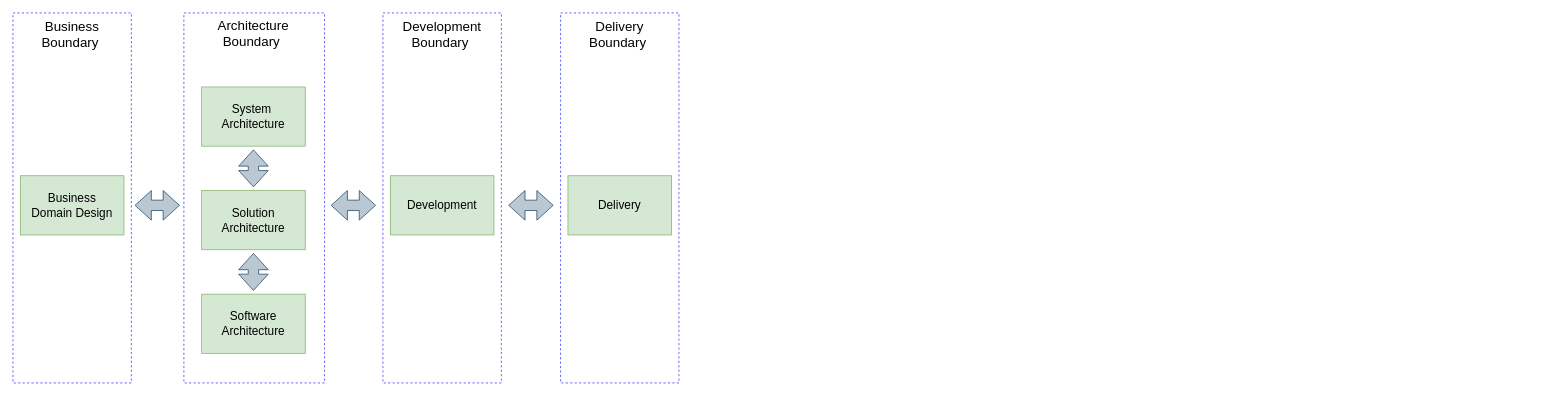
Before: Software Development Process Framework.drawio in rpicanco/MicroserviceArchitectureSolutionFramework, a draw.io diagram. Source tidied: cells renumbered, new cells numbered last; positions are measured from the earlier drawing's top-left corner, leaving out a move shared by most shapes. Both pictures are drawn from the tidied source at 74%, with x=0, y=0 at pixel (13, 13).
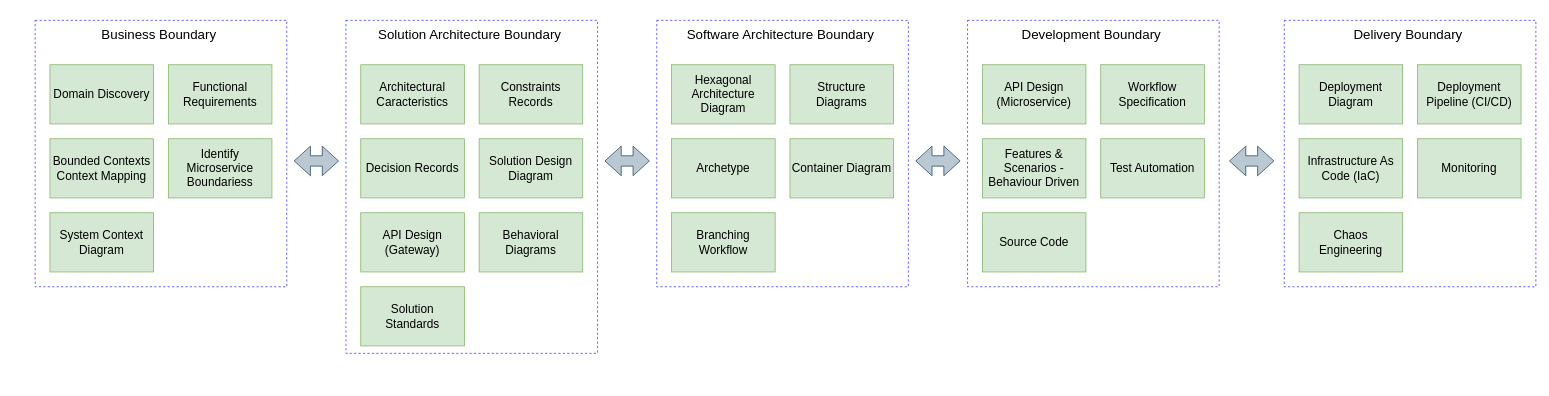
After the change.

Diff of the diagram source:
```diff
@@
-    <mxCell id="2" style="rounded=0;whiteSpace=wrap;html=1;dashed=1;fillColor=none;strokeColor=#3333FF;" parent="1" vertex="1">
-      <mxGeometry x="231" width="190" height="500" as="geometry" />
-    </mxCell>
-    <mxCell id="3" style="rounded=0;whiteSpace=wrap;html=1;dashed=1;fillColor=none;strokeColor=#3333FF;" parent="1" vertex="1">
-      <mxGeometry width="160" height="500" as="geometry" />
-    </mxCell>
-    <mxCell id="4" value="&lt;font style=&quot;font-size: 16px&quot;&gt;Business &lt;br&gt;Domain Design&lt;/font&gt;" style="rounded=0;whiteSpace=wrap;html=1;fillColor=#d5e8d4;strokeColor=#82b366;" parent="1" vertex="1">
-      <mxGeometry x="10" y="220" width="140" height="80" as="geometry" />
-    </mxCell>
-    <mxCell id="5" style="html=1;shadow=0;dashed=0;align=center;verticalAlign=middle;shape=mxgraph.arrows2.twoWayArrow;dy=0.65;dx=22;fillColor=#bac8d3;strokeColor=#23445d;" parent="1" vertex="1">
-      <mxGeometry x="165" y="240" width="60" height="40" as="geometry" />
-    </mxCell>
-    <mxCell id="6" value="&lt;font style=&quot;font-size: 16px&quot;&gt;System&amp;nbsp;&lt;br&gt;Architecture&lt;/font&gt;" style="rounded=0;whiteSpace=wrap;html=1;fillColor=#d5e8d4;strokeColor=#82b366;" parent="1" vertex="1">
-      <mxGeometry x="255" y="100" width="140" height="80" as="geometry" />
-    </mxCell>
-    <mxCell id="7" style="html=1;shadow=0;dashed=0;align=center;verticalAlign=middle;shape=mxgraph.arrows2.twoWayArrow;dy=0.65;dx=22;fillColor=#bac8d3;strokeColor=#23445d;" parent="1" vertex="1">
-      <mxGeometry x="430" y="240" width="60" height="40" as="geometry" />
-    </mxCell>
-    <mxCell id="8" value="&lt;font style=&quot;font-size: 16px&quot;&gt;Solution&lt;br&gt;Architecture&lt;/font&gt;" style="rounded=0;whiteSpace=wrap;html=1;fillColor=#d5e8d4;strokeColor=#82b366;" parent="1" vertex="1">
-      <mxGeometry x="255" y="240" width="140" height="80" as="geometry" />
-    </mxCell>
-    <mxCell id="9" value="&lt;font style=&quot;font-size: 16px&quot;&gt;Software&lt;br&gt;Architecture&lt;/font&gt;" style="rounded=0;whiteSpace=wrap;html=1;fillColor=#d5e8d4;strokeColor=#82b366;" parent="1" vertex="1">
-      <mxGeometry x="255" y="380" width="140" height="80" as="geometry" />
-    </mxCell>
+    <mxCell id="21" style="rounded=0;whiteSpace=wrap;html=1;dashed=1;fillColor=none;strokeColor=#3333FF;" parent="1" vertex="1">
+      <mxGeometry x="870" y="10" width="340" height="360" as="geometry" />
+    </mxCell>
+    <mxCell id="22" style="rounded=0;whiteSpace=wrap;html=1;dashed=1;fillColor=none;strokeColor=#3333FF;" parent="1" vertex="1">
+      <mxGeometry x="30" y="10" width="340" height="360" as="geometry" />
+    </mxCell>
+    <mxCell id="23" value="&lt;span style=&quot;font-size: 16px&quot;&gt;Domain Discovery&lt;/span&gt;" style="rounded=0;whiteSpace=wrap;html=1;fillColor=#d5e8d4;strokeColor=#82b366;" parent="1" vertex="1">
+      <mxGeometry x="50" y="70" width="140" height="80" as="geometry" />
+    </mxCell>
     <mxCell id="10" value="&lt;div&gt;&lt;font style=&quot;font-size: 18px&quot;&gt;Business Boundary&amp;nbsp;&lt;/font&gt;&lt;/div&gt;" style="text;html=1;strokeColor=none;fillColor=none;align=center;verticalAlign=middle;whiteSpace=wrap;rounded=0;dashed=1;" parent="1" vertex="1">
-      <mxGeometry x="10" width="140" height="60" as="geometry" />
+      <mxGeometry x="90" y="10" width="220" height="40" as="geometry" />
     </mxCell>
-    <mxCell id="11" value="&lt;div&gt;&lt;font style=&quot;font-size: 18px&quot;&gt;Architecture Boundary&amp;nbsp;&lt;/font&gt;&lt;/div&gt;" style="text;html=1;strokeColor=none;fillColor=none;align=center;verticalAlign=middle;whiteSpace=wrap;rounded=0;dashed=1;" parent="1" vertex="1">
-      <mxGeometry x="265" width="120" height="55" as="geometry" />
-    </mxCell>
-    <mxCell id="12" style="html=1;shadow=0;dashed=0;align=center;verticalAlign=middle;shape=mxgraph.arrows2.twoWayArrow;dy=0.65;dx=22;fillColor=#bac8d3;strokeColor=#23445d;rotation=90;" parent="1" vertex="1">
-      <mxGeometry x="300" y="190" width="50" height="40" as="geometry" />
-    </mxCell>
-    <mxCell id="13" style="html=1;shadow=0;dashed=0;align=center;verticalAlign=middle;shape=mxgraph.arrows2.twoWayArrow;dy=0.65;dx=22;fillColor=#bac8d3;strokeColor=#23445d;rotation=90;" parent="1" vertex="1">
-      <mxGeometry x="300" y="330" width="50" height="40" as="geometry" />
-    </mxCell>
-    <mxCell id="14" style="rounded=0;whiteSpace=wrap;html=1;dashed=1;fillColor=none;strokeColor=#3333FF;" parent="1" vertex="1">
-      <mxGeometry x="500" width="160" height="500" as="geometry" />
-    </mxCell>
-    <mxCell id="15" value="&lt;font style=&quot;font-size: 16px&quot;&gt;Development&lt;/font&gt;" style="rounded=0;whiteSpace=wrap;html=1;fillColor=#d5e8d4;strokeColor=#82b366;" parent="1" vertex="1">
-      <mxGeometry x="510" y="220" width="140" height="80" as="geometry" />
-    </mxCell>
+    <mxCell id="24" value="&lt;span style=&quot;font-size: 16px&quot;&gt;Functional Requirements&lt;/span&gt;" style="rounded=0;whiteSpace=wrap;html=1;fillColor=#d5e8d4;strokeColor=#82b366;" parent="1" vertex="1">
+      <mxGeometry x="210" y="70" width="140" height="80" as="geometry" />
+    </mxCell>
+    <mxCell id="25" value="&lt;span style=&quot;font-size: 16px&quot;&gt;Bounded Contexts&lt;br&gt;Context Mapping&lt;/span&gt;" style="rounded=0;whiteSpace=wrap;html=1;fillColor=#d5e8d4;strokeColor=#82b366;" parent="1" vertex="1">
+      <mxGeometry x="50" y="170" width="140" height="80" as="geometry" />
+    </mxCell>
+    <mxCell id="26" value="&lt;span style=&quot;font-size: 16px&quot;&gt;Identify Microservice Boundariess&lt;/span&gt;" style="rounded=0;whiteSpace=wrap;html=1;fillColor=#d5e8d4;strokeColor=#82b366;" parent="1" vertex="1">
+      <mxGeometry x="210" y="170" width="140" height="80" as="geometry" />
+    </mxCell>
+    <mxCell id="27" value="&lt;span style=&quot;font-size: 16px&quot;&gt;System Context Diagram&lt;/span&gt;" style="rounded=0;whiteSpace=wrap;html=1;fillColor=#d5e8d4;strokeColor=#82b366;" parent="1" vertex="1">
+      <mxGeometry x="50" y="270" width="140" height="80" as="geometry" />
+    </mxCell>
+    <mxCell id="28" style="rounded=0;whiteSpace=wrap;html=1;dashed=1;fillColor=none;strokeColor=#3333FF;" parent="1" vertex="1">
+      <mxGeometry x="450" y="10" width="340" height="450" as="geometry" />
+    </mxCell>
+    <mxCell id="29" value="&lt;span style=&quot;font-size: 16px&quot;&gt;Architectural Caracteristics&lt;/span&gt;" style="rounded=0;whiteSpace=wrap;html=1;fillColor=#d5e8d4;strokeColor=#82b366;" parent="1" vertex="1">
+      <mxGeometry x="470" y="70" width="140" height="80" as="geometry" />
+    </mxCell>
+    <mxCell id="30" value="&lt;div&gt;&lt;font style=&quot;font-size: 18px&quot;&gt;Solution Architecture Boundary&amp;nbsp;&lt;/font&gt;&lt;/div&gt;" style="text;html=1;strokeColor=none;fillColor=none;align=center;verticalAlign=middle;whiteSpace=wrap;rounded=0;dashed=1;" parent="1" vertex="1">
+      <mxGeometry x="490" y="10" width="260" height="40" as="geometry" />
+    </mxCell>
+    <mxCell id="31" value="&lt;span style=&quot;font-size: 16px&quot;&gt;Constraints Records&lt;/span&gt;" style="rounded=0;whiteSpace=wrap;html=1;fillColor=#d5e8d4;strokeColor=#82b366;" parent="1" vertex="1">
+      <mxGeometry x="630" y="70" width="140" height="80" as="geometry" />
+    </mxCell>
+    <mxCell id="32" value="&lt;span style=&quot;font-size: 16px&quot;&gt;Decision Records&lt;/span&gt;" style="rounded=0;whiteSpace=wrap;html=1;fillColor=#d5e8d4;strokeColor=#82b366;" parent="1" vertex="1">
+      <mxGeometry x="470" y="170" width="140" height="80" as="geometry" />
+    </mxCell>
+    <mxCell id="33" value="&lt;span style=&quot;font-size: 16px&quot;&gt;Solution Design Diagram&lt;/span&gt;" style="rounded=0;whiteSpace=wrap;html=1;fillColor=#d5e8d4;strokeColor=#82b366;" parent="1" vertex="1">
+      <mxGeometry x="630" y="170" width="140" height="80" as="geometry" />
+    </mxCell>
+    <mxCell id="34" value="&lt;span style=&quot;font-size: 16px&quot;&gt;Container Diagram&lt;/span&gt;" style="rounded=0;whiteSpace=wrap;html=1;fillColor=#d5e8d4;strokeColor=#82b366;" parent="1" vertex="1">
+      <mxGeometry x="1050" y="170" width="140" height="80" as="geometry" />
+    </mxCell>
+    <mxCell id="35" value="&lt;span style=&quot;font-size: 16px&quot;&gt;Behavioral Diagrams&lt;/span&gt;" style="rounded=0;whiteSpace=wrap;html=1;fillColor=#d5e8d4;strokeColor=#82b366;" parent="1" vertex="1">
+      <mxGeometry x="630" y="270" width="140" height="80" as="geometry" />
+    </mxCell>
+    <mxCell id="36" value="&lt;span style=&quot;font-size: 16px&quot;&gt;Structure&lt;br&gt;Diagrams&lt;/span&gt;" style="rounded=0;whiteSpace=wrap;html=1;fillColor=#d5e8d4;strokeColor=#82b366;" parent="1" vertex="1">
+      <mxGeometry x="1050" y="70" width="140" height="80" as="geometry" />
+    </mxCell>
+    <mxCell id="37" value="&lt;span style=&quot;font-size: 16px&quot;&gt;API Design (Gateway)&lt;/span&gt;" style="rounded=0;whiteSpace=wrap;html=1;fillColor=#d5e8d4;strokeColor=#82b366;" parent="1" vertex="1">
+      <mxGeometry x="470" y="270" width="140" height="80" as="geometry" />
+    </mxCell>
+    <mxCell id="38" value="&lt;span style=&quot;font-size: 16px&quot;&gt;Hexagonal Architecture Diagram&lt;/span&gt;" style="rounded=0;whiteSpace=wrap;html=1;fillColor=#d5e8d4;strokeColor=#82b366;" parent="1" vertex="1">
+      <mxGeometry x="890" y="70" width="140" height="80" as="geometry" />
+    </mxCell>
+    <mxCell id="39" value="&lt;span style=&quot;font-size: 18px&quot;&gt;Software Architecture Boundary&amp;nbsp;&lt;/span&gt;" style="text;html=1;strokeColor=none;fillColor=none;align=center;verticalAlign=middle;whiteSpace=wrap;rounded=0;dashed=1;" parent="1" vertex="1">
+      <mxGeometry x="890" y="10" width="300" height="40" as="geometry" />
+    </mxCell>
+    <mxCell id="40" value="&lt;span style=&quot;font-size: 16px&quot;&gt;Solution&lt;br&gt;Standards&lt;/span&gt;" style="rounded=0;whiteSpace=wrap;html=1;fillColor=#d5e8d4;strokeColor=#82b366;" parent="1" vertex="1">
+      <mxGeometry x="470" y="370" width="140" height="80" as="geometry" />
+    </mxCell>
+    <mxCell id="41" value="&lt;span style=&quot;font-size: 16px&quot;&gt;Archetype&lt;/span&gt;" style="rounded=0;whiteSpace=wrap;html=1;fillColor=#d5e8d4;strokeColor=#82b366;" parent="1" vertex="1">
+      <mxGeometry x="890" y="170" width="140" height="80" as="geometry" />
+    </mxCell>
+    <mxCell id="42" value="&lt;span style=&quot;font-size: 16px&quot;&gt;Branching Workflow&lt;/span&gt;" style="rounded=0;whiteSpace=wrap;html=1;fillColor=#d5e8d4;strokeColor=#82b366;" parent="1" vertex="1">
+      <mxGeometry x="890" y="270" width="140" height="80" as="geometry" />
+    </mxCell>
+    <mxCell id="43" style="rounded=0;whiteSpace=wrap;html=1;dashed=1;fillColor=none;strokeColor=#3333FF;" parent="1" vertex="1">
+      <mxGeometry x="1290" y="10" width="340" height="360" as="geometry" />
+    </mxCell>
+    <mxCell id="44" value="&lt;span style=&quot;font-size: 16px&quot;&gt;API Design (Microservice)&lt;/span&gt;" style="rounded=0;whiteSpace=wrap;html=1;fillColor=#d5e8d4;strokeColor=#82b366;" parent="1" vertex="1">
+      <mxGeometry x="1310" y="70" width="140" height="80" as="geometry" />
+    </mxCell>
-    <mxCell id="16" value="&lt;span style=&quot;font-size: 18px&quot;&gt;Development Boundary&amp;nbsp;&lt;/span&gt;" style="text;html=1;strokeColor=none;fillColor=none;align=center;verticalAlign=middle;whiteSpace=wrap;rounded=0;dashed=1;" parent="1" vertex="1">
-      <mxGeometry x="510" width="140" height="60" as="geometry" />
+    <mxCell id="16" value="&lt;span style=&quot;font-size: 18px&quot;&gt;Development&amp;nbsp;Boundary&amp;nbsp;&lt;/span&gt;" style="text;html=1;strokeColor=none;fillColor=none;align=center;verticalAlign=middle;whiteSpace=wrap;rounded=0;dashed=1;" parent="1" vertex="1">
+      <mxGeometry x="1310" y="10" width="300" height="40" as="geometry" />
     </mxCell>
-    <mxCell id="17" style="html=1;shadow=0;dashed=0;align=center;verticalAlign=middle;shape=mxgraph.arrows2.twoWayArrow;dy=0.65;dx=22;fillColor=#bac8d3;strokeColor=#23445d;" parent="1" vertex="1">
-      <mxGeometry x="670" y="240" width="60" height="40" as="geometry" />
-    </mxCell>
-    <mxCell id="18" style="rounded=0;whiteSpace=wrap;html=1;dashed=1;fillColor=none;strokeColor=#3333FF;" parent="1" vertex="1">
-      <mxGeometry x="740" width="160" height="500" as="geometry" />
-    </mxCell>
-    <mxCell id="19" value="&lt;font style=&quot;font-size: 16px&quot;&gt;Delivery&lt;/font&gt;" style="rounded=0;whiteSpace=wrap;html=1;fillColor=#d5e8d4;strokeColor=#82b366;" parent="1" vertex="1">
-      <mxGeometry x="750" y="220" width="140" height="80" as="geometry" />
-    </mxCell>
+    <mxCell id="45" value="&lt;span style=&quot;font-size: 16px&quot;&gt;Workflow&lt;br&gt;Specification&lt;/span&gt;" style="rounded=0;whiteSpace=wrap;html=1;fillColor=#d5e8d4;strokeColor=#82b366;" parent="1" vertex="1">
+      <mxGeometry x="1470" y="70" width="140" height="80" as="geometry" />
+    </mxCell>
+    <mxCell id="46" value="&lt;span style=&quot;font-size: 16px&quot;&gt;Features &amp;amp; Scenarios - Behaviour Driven&lt;/span&gt;" style="rounded=0;whiteSpace=wrap;html=1;fillColor=#d5e8d4;strokeColor=#82b366;" parent="1" vertex="1">
+      <mxGeometry x="1310" y="170" width="140" height="80" as="geometry" />
+    </mxCell>
+    <mxCell id="47" value="&lt;span style=&quot;font-size: 16px&quot;&gt;Test Automation&lt;/span&gt;" style="rounded=0;whiteSpace=wrap;html=1;fillColor=#d5e8d4;strokeColor=#82b366;" parent="1" vertex="1">
+      <mxGeometry x="1470" y="170" width="140" height="80" as="geometry" />
+    </mxCell>
+    <mxCell id="48" value="&lt;span style=&quot;font-size: 16px&quot;&gt;Source Code&lt;/span&gt;" style="rounded=0;whiteSpace=wrap;html=1;fillColor=#d5e8d4;strokeColor=#82b366;" parent="1" vertex="1">
+      <mxGeometry x="1310" y="270" width="140" height="80" as="geometry" />
+    </mxCell>
+    <mxCell id="49" style="rounded=0;whiteSpace=wrap;html=1;dashed=1;fillColor=none;strokeColor=#3333FF;" parent="1" vertex="1">
+      <mxGeometry x="1718" y="10" width="340" height="360" as="geometry" />
+    </mxCell>
+    <mxCell id="50" value="&lt;span style=&quot;font-size: 16px&quot;&gt;Deployment Diagram&lt;/span&gt;" style="rounded=0;whiteSpace=wrap;html=1;fillColor=#d5e8d4;strokeColor=#82b366;" parent="1" vertex="1">
+      <mxGeometry x="1738" y="70" width="140" height="80" as="geometry" />
+    </mxCell>
     <mxCell id="20" value="&lt;span style=&quot;font-size: 18px&quot;&gt;Delivery Boundary&amp;nbsp;&lt;/span&gt;" style="text;html=1;strokeColor=none;fillColor=none;align=center;verticalAlign=middle;whiteSpace=wrap;rounded=0;dashed=1;" parent="1" vertex="1">
-      <mxGeometry x="750" width="140" height="60" as="geometry" />
+      <mxGeometry x="1738" y="10" width="300" height="40" as="geometry" />
     </mxCell>
+    <mxCell id="51" value="&lt;span style=&quot;font-size: 16px&quot;&gt;Deployment Pipeline (CI/CD)&lt;/span&gt;" style="rounded=0;whiteSpace=wrap;html=1;fillColor=#d5e8d4;strokeColor=#82b366;" parent="1" vertex="1">
+      <mxGeometry x="1898" y="70" width="140" height="80" as="geometry" />
+    </mxCell>
+    <mxCell id="52" value="&lt;span style=&quot;font-size: 16px&quot;&gt;Infrastructure As Code (IaC)&lt;/span&gt;" style="rounded=0;whiteSpace=wrap;html=1;fillColor=#d5e8d4;strokeColor=#82b366;" parent="1" vertex="1">
+      <mxGeometry x="1738" y="170" width="140" height="80" as="geometry" />
+    </mxCell>
+    <mxCell id="53" value="&lt;span style=&quot;font-size: 16px&quot;&gt;Monitoring&lt;/span&gt;" style="rounded=0;whiteSpace=wrap;html=1;fillColor=#d5e8d4;strokeColor=#82b366;" parent="1" vertex="1">
+      <mxGeometry x="1898" y="170" width="140" height="80" as="geometry" />
+    </mxCell>
+    <mxCell id="54" value="&lt;span style=&quot;font-size: 16px&quot;&gt;Chaos &lt;br&gt;Engineering&lt;/span&gt;" style="rounded=0;whiteSpace=wrap;html=1;fillColor=#d5e8d4;strokeColor=#82b366;" parent="1" vertex="1">
+      <mxGeometry x="1738" y="270" width="140" height="80" as="geometry" />
+    </mxCell>
+    <mxCell id="55" style="html=1;shadow=0;dashed=0;align=center;verticalAlign=middle;shape=mxgraph.arrows2.twoWayArrow;dy=0.65;dx=22;fillColor=#bac8d3;strokeColor=#23445d;" parent="1" vertex="1">
+      <mxGeometry x="380" y="180" width="60" height="40" as="geometry" />
+    </mxCell>
+    <mxCell id="56" style="html=1;shadow=0;dashed=0;align=center;verticalAlign=middle;shape=mxgraph.arrows2.twoWayArrow;dy=0.65;dx=22;fillColor=#bac8d3;strokeColor=#23445d;" parent="1" vertex="1">
+      <mxGeometry x="800" y="180" width="60" height="40" as="geometry" />
+    </mxCell>
+    <mxCell id="57" style="html=1;shadow=0;dashed=0;align=center;verticalAlign=middle;shape=mxgraph.arrows2.twoWayArrow;dy=0.65;dx=22;fillColor=#bac8d3;strokeColor=#23445d;" parent="1" vertex="1">
+      <mxGeometry x="1220" y="180" width="60" height="40" as="geometry" />
+    </mxCell>
+    <mxCell id="58" style="html=1;shadow=0;dashed=0;align=center;verticalAlign=middle;shape=mxgraph.arrows2.twoWayArrow;dy=0.65;dx=22;fillColor=#bac8d3;strokeColor=#23445d;" parent="1" vertex="1">
+      <mxGeometry x="1644" y="180" width="60" height="40" as="geometry" />
+    </mxCell>
```
